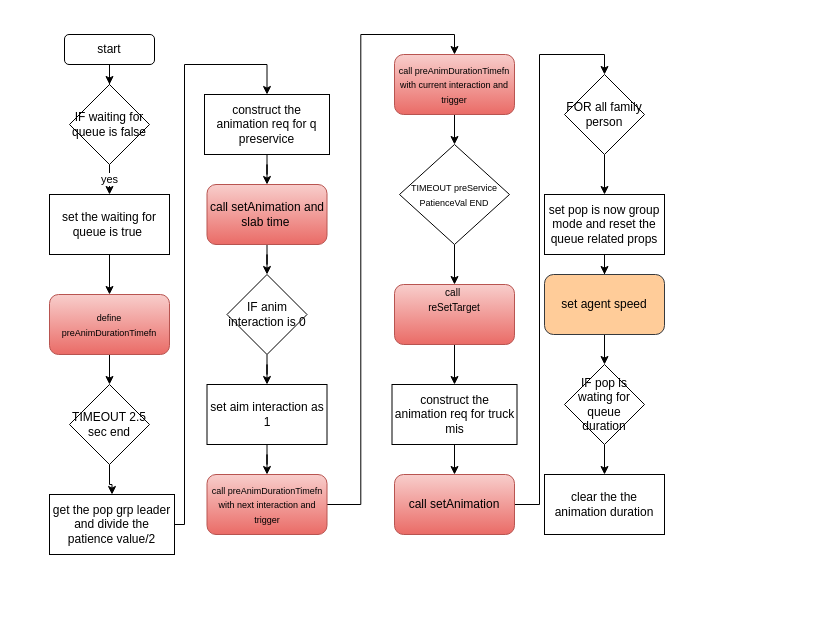
sivagit/diagrams keeps this draw.io diagram as people/settingsWaitingForQueueTimeOut.drawio. Above is the earlier version. Source tidied: cells renumbered, new cells numbered last; positions are measured from the earlier drawing's top-left corner, leaving out a move shared by most shapes. Both pictures are drawn from the tidied source at 100%, with x=0, y=0 at pixel (49, 34).
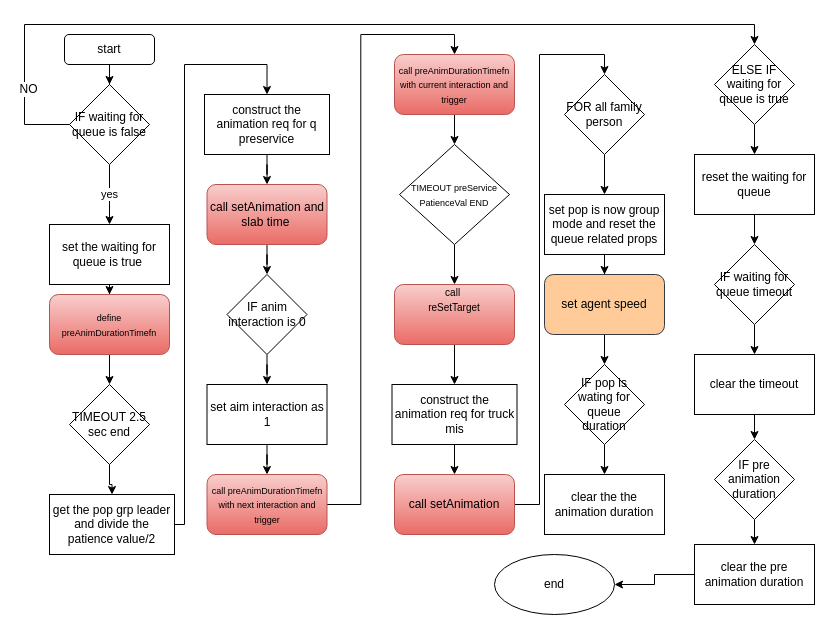
The same diagram, later.

Unchanged cells that the change refers to:
```xml
<mxCell id="5" value="IF waiting for queue is false" style="rhombus;whiteSpace=wrap;html=1;" parent="1" vertex="1">
  <mxGeometry x="20" y="50" width="80" height="80" as="geometry" />
</mxCell>
```

Change to the diagram source:
```diff
@@
+    <mxCell id="43" style="edgeStyle=orthogonalEdgeStyle;rounded=0;jettySize=auto;html=1;entryX=0.5;entryY=0;entryDx=0;entryDy=0;fontSize=12;" parent="1" edge="1" source="5" target="46">
+      <mxGeometry relative="1" as="geometry">
+        <Array as="points">
+          <mxPoint x="-25" y="90" />
+          <mxPoint x="-25" y="-10" />
+          <mxPoint x="705" y="-10" />
+        </Array>
+      </mxGeometry>
+    </mxCell>
+    <mxCell id="44" value="NO" style="edgeLabel;html=1;align=center;verticalAlign=middle;fontSize=12;" parent="43" vertex="1">
+      <mxGeometry x="-0.82" y="-3" relative="1" as="geometry" />
+    </mxCell>
@@
     <mxCell id="7" value="set the waiting for queue is true&amp;nbsp;" style="whiteSpace=wrap;html=1;" parent="1" vertex="1">
-      <mxGeometry y="160" width="120" height="60" as="geometry" />
+      <mxGeometry y="190" width="120" height="60" as="geometry" />
     </mxCell>
@@
+    <mxCell id="45" style="edgeStyle=orthogonalEdgeStyle;rounded=0;jettySize=auto;html=1;fontSize=12;" parent="1" edge="1" source="46" target="48">
+      <mxGeometry relative="1" as="geometry" />
+    </mxCell>
+    <mxCell id="46" value="ELSE IF waiting for queue is true" style="rhombus;whiteSpace=wrap;html=1;" parent="1" vertex="1">
+      <mxGeometry x="665" y="10" width="80" height="80" as="geometry" />
+    </mxCell>
+    <mxCell id="47" style="edgeStyle=orthogonalEdgeStyle;rounded=0;jettySize=auto;html=1;fontSize=12;" parent="1" edge="1" source="48" target="50">
+      <mxGeometry relative="1" as="geometry" />
+    </mxCell>
+    <mxCell id="48" value="reset the waiting for queue" style="whiteSpace=wrap;html=1;" parent="1" vertex="1">
+      <mxGeometry x="645" y="120" width="120" height="60" as="geometry" />
+    </mxCell>
+    <mxCell id="49" style="edgeStyle=orthogonalEdgeStyle;rounded=0;jettySize=auto;html=1;fontSize=12;" parent="1" edge="1" source="50" target="52">
+      <mxGeometry relative="1" as="geometry" />
+    </mxCell>
+    <mxCell id="50" value="IF waiting for queue timeout" style="rhombus;whiteSpace=wrap;html=1;" parent="1" vertex="1">
+      <mxGeometry x="665" y="210" width="80" height="80" as="geometry" />
+    </mxCell>
+    <mxCell id="51" style="edgeStyle=orthogonalEdgeStyle;rounded=0;jettySize=auto;html=1;fontSize=12;" parent="1" edge="1" source="52" target="54">
+      <mxGeometry relative="1" as="geometry" />
+    </mxCell>
+    <mxCell id="52" value="clear the timeout" style="whiteSpace=wrap;html=1;" parent="1" vertex="1">
+      <mxGeometry x="645" y="320" width="120" height="60" as="geometry" />
+    </mxCell>
+    <mxCell id="53" style="edgeStyle=orthogonalEdgeStyle;rounded=0;jettySize=auto;html=1;fontSize=12;" parent="1" edge="1" source="54" target="56">
+      <mxGeometry relative="1" as="geometry" />
+    </mxCell>
+    <mxCell id="54" value="IF pre animation duration" style="rhombus;whiteSpace=wrap;html=1;" parent="1" vertex="1">
+      <mxGeometry x="665" y="405" width="80" height="80" as="geometry" />
+    </mxCell>
+    <mxCell id="55" style="edgeStyle=orthogonalEdgeStyle;rounded=0;jettySize=auto;html=1;fontSize=12;" parent="1" edge="1" source="56" target="57">
+      <mxGeometry relative="1" as="geometry" />
+    </mxCell>
+    <mxCell id="56" value="clear the pre animation duration" style="whiteSpace=wrap;html=1;" parent="1" vertex="1">
+      <mxGeometry x="645" y="510" width="120" height="60" as="geometry" />
+    </mxCell>
+    <mxCell id="57" value="end" style="ellipse;whiteSpace=wrap;html=1;" parent="1" vertex="1">
+      <mxGeometry x="445" y="520" width="120" height="60" as="geometry" />
+    </mxCell>
```
